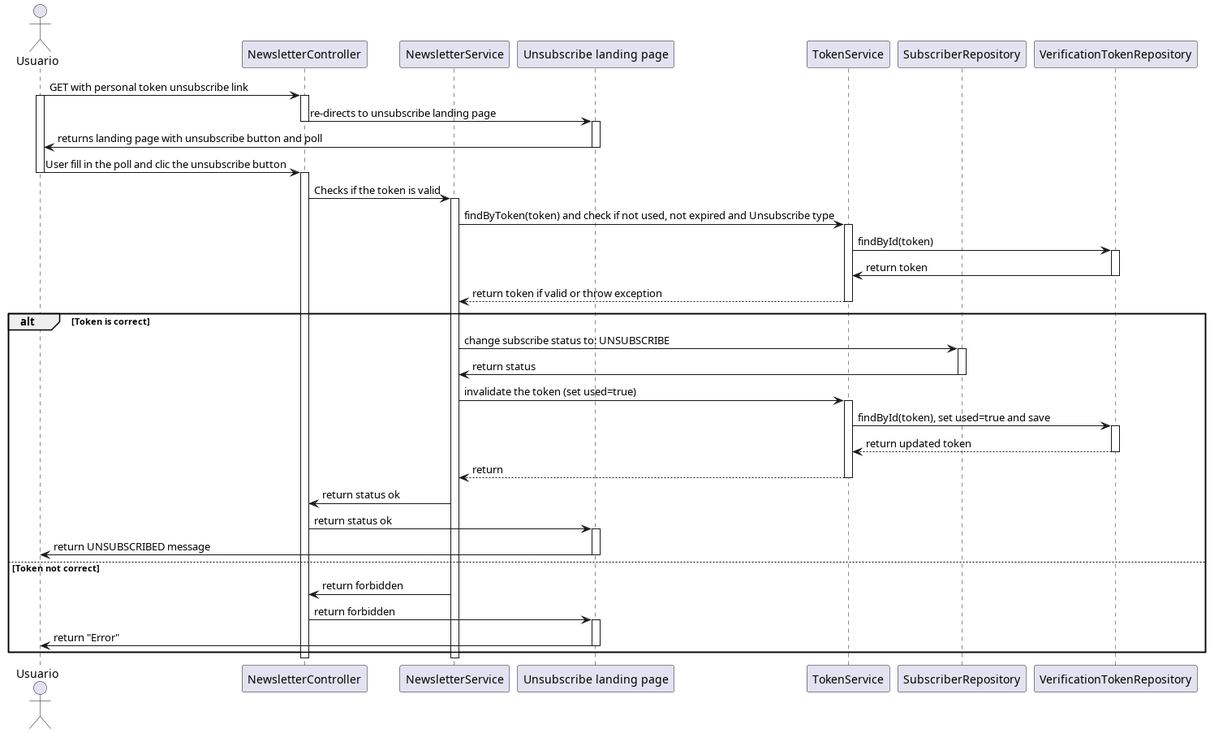
This is out/plantUML/unsubscribe_sequence_diagram/unsubscribe_sequence_diagram.png from raullopezpenalva/Newsletter-Service, a PlantUML export, as it was before one commit.
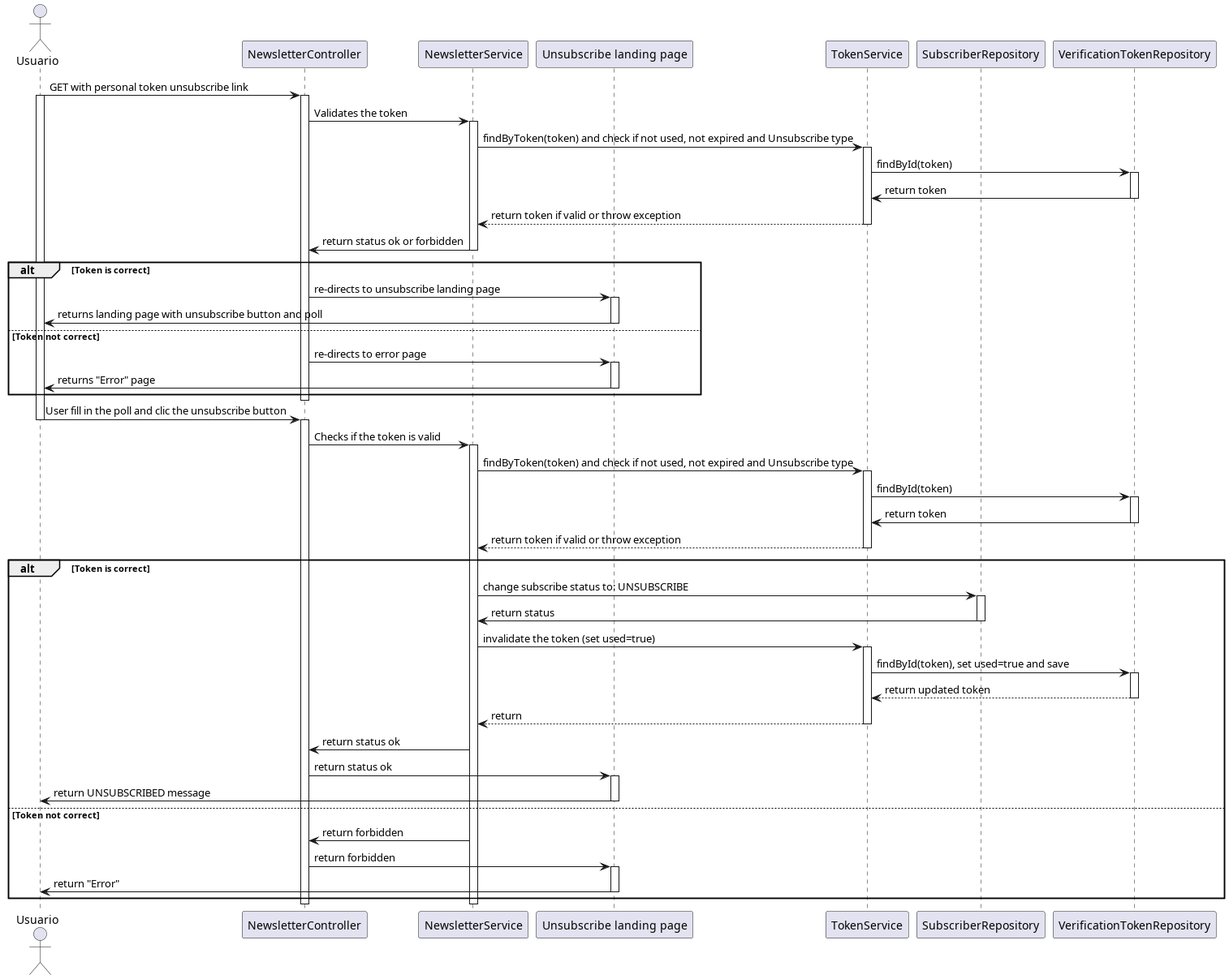
Later version of the same file.

Commit message:
Refactor unsubscribe sequence diagram to clarify token validation flow and error handling; update interactions with FrontendService for better user experience

What changed in the source:
```diff
@@ -12,12 +12,30 @@
 activate Usuario
 
 activate Controller
-Controller -> FrontendService : re-directs to unsubscribe landing page
+Controller -> Service : Validates the token
+activate Service
+Service -> TokenService : findByToken(token) and check if not used, not expired and Unsubscribe type
+activate TokenService
+TokenService -> TokenRepo : findById(token)
+activate TokenRepo
+TokenRepo -> TokenService : return token
+deactivate TokenRepo
+TokenService --> Service : return token if valid or throw exception
+deactivate TokenService
+Service -> Controller : return status ok or forbidden
+deactivate Service
+alt Token is correct
+  Controller -> FrontendService : re-directs to unsubscribe landing page
+  activate FrontendService
+  FrontendService -> Usuario : returns landing page with unsubscribe button and poll
+  deactivate FrontendService
+else Token not correct
+  Controller -> FrontendService : re-directs to error page
+  activate FrontendService
+  FrontendService -> Usuario : returns "Error" page
+  deactivate FrontendService
+end
 deactivate Controller
-
-activate FrontendService
-FrontendService -> Usuario : returns landing page with unsubscribe button and poll
-deactivate FrontendService
 
 Usuario -> Controller : User fill in the poll and clic the unsubscribe button
 deactivate Usuario
```
